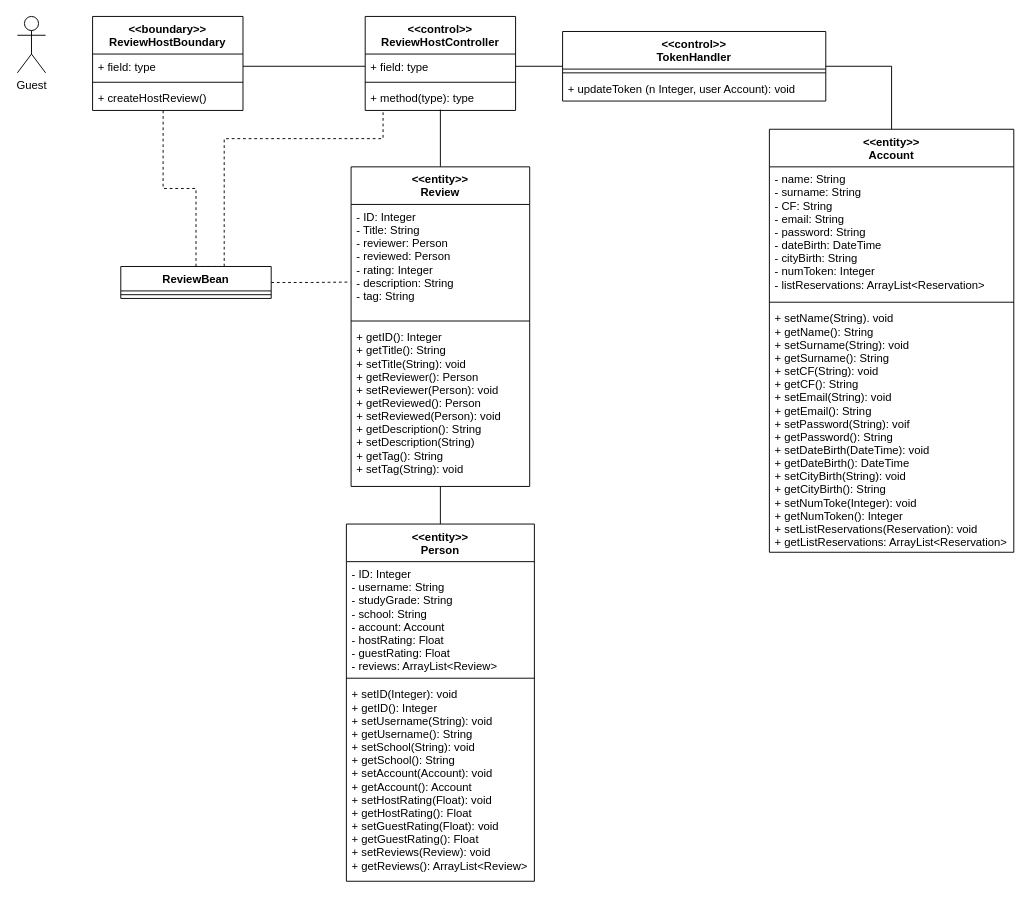
Above: Deliverables/VoPC/VoPC ReviewHost Lite.drawio in nic-agos/DoveStudi (draw.io), before the change. Source tidied: cells renumbered, new cells numbered last; positions are measured from the earlier drawing's top-left corner, leaving out a move shared by most shapes. Both pictures are drawn from the tidied source at 94%, with x=0, y=0 at pixel (17, 16).
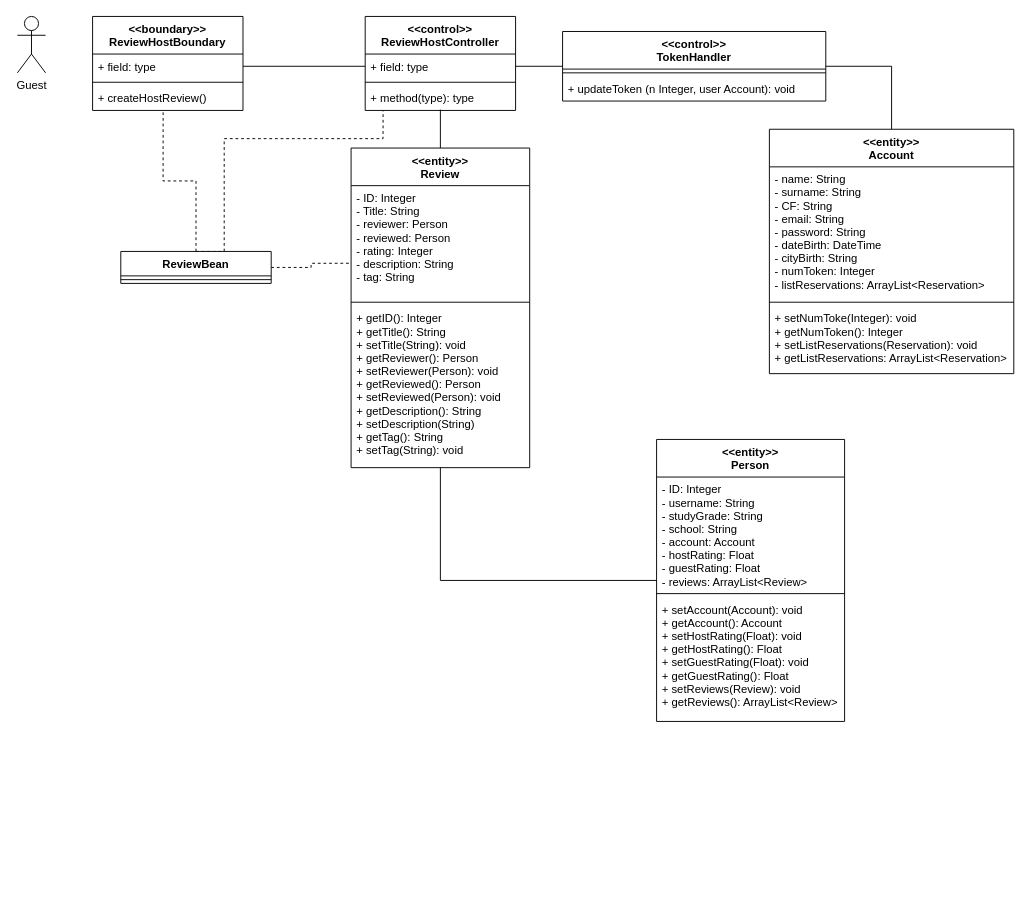
Above is the later version.

Change to the diagram source:
```diff
@@
     <mxCell id="5" value="ReviewBean" style="swimlane;fontStyle=1;align=center;verticalAlign=top;horizontal=1;startSize=26;" parent="1" vertex="1">
-      <mxGeometry x="110" y="266" width="160" height="34" as="geometry" />
+      <mxGeometry x="110" y="250" width="160" height="34" as="geometry" />
     </mxCell>
@@
     <mxCell id="18" value="&lt;&lt;entity&gt;&gt;&#10;Review" style="swimlane;fontStyle=1;align=center;verticalAlign=top;horizontal=1;startSize=40;" parent="1" vertex="1">
-      <mxGeometry x="355" y="160" width="190" height="340" as="geometry" />
+      <mxGeometry x="355" y="140" width="190" height="340" as="geometry" />
     </mxCell>
@@
     <mxCell id="26" value="&lt;&lt;entity&gt;&gt;&#10;Account" style="swimlane;fontStyle=1;align=center;verticalAlign=top;horizontal=1;startSize=40;" parent="1" vertex="1">
-      <mxGeometry x="800" y="120" width="260" height="450" as="geometry" />
+      <mxGeometry x="800" y="120" width="260" height="260" as="geometry" />
     </mxCell>
@@
-    <mxCell id="29" value="+ setName(String). void&#10;+ getName(): String&#10;+ setSurname(String): void&#10;+ getSurname(): String&#10;+ setCF(String): void&#10;+ getCF(): String&#10;+ setEmail(String): void&#10;+ getEmail(): String&#10;+ setPassword(String): voif&#10;+ getPassword(): String&#10;+ setDateBirth(DateTime): void&#10;+ getDateBirth(): DateTime&#10;+ setCityBirth(String): void&#10;+ getCityBirth(): String&#10;+ setNumToke(Integer): void&#10;+ getNumToken(): Integer&#10;+ setListReservations(Reservation): void&#10;+ getListReservations: ArrayList&lt;Reservation&gt;&#10;&#10;" style="text;strokeColor=none;fillColor=none;align=left;verticalAlign=top;spacingLeft=4;spacingRight=4;overflow=hidden;" parent="26" vertex="1">
-      <mxGeometry y="188" width="260" height="262" as="geometry" />
+    <mxCell id="29" value="+ setNumToke(Integer): void&#10;+ getNumToken(): Integer&#10;+ setListReservations(Reservation): void&#10;+ getListReservations: ArrayList&lt;Reservation&gt;&#10;&#10;" style="text;strokeColor=none;fillColor=none;align=left;verticalAlign=top;spacingLeft=4;spacingRight=4;overflow=hidden;" parent="26" vertex="1">
+      <mxGeometry y="188" width="260" height="72" as="geometry" />
     </mxCell>
@@
     <mxCell id="31" value="&lt;&lt;entity&gt;&gt;&#10;Person" style="swimlane;fontStyle=1;align=center;verticalAlign=top;horizontal=1;startSize=40;" parent="1" vertex="1">
-      <mxGeometry x="350" y="540" width="200" height="380" as="geometry" />
+      <mxGeometry x="680" y="450" width="200" height="300" as="geometry" />
     </mxCell>
@@
-    <mxCell id="34" value="+ setID(Integer): void&#10;+ getID(): Integer&#10;+ setUsername(String): void&#10;+ getUsername(): String&#10;+ setSchool(String): void&#10;+ getSchool(): String&#10;+ setAccount(Account): void&#10;+ getAccount(): Account&#10;+ setHostRating(Float): void&#10;+ getHostRating(): Float&#10;+ setGuestRating(Float): void&#10;+ getGuestRating(): Float&#10;+ setReviews(Review): void&#10;+ getReviews(): ArrayList&lt;Review&gt;" style="text;strokeColor=none;fillColor=none;align=left;verticalAlign=top;spacingLeft=4;spacingRight=4;overflow=hidden;" parent="31" vertex="1">
-      <mxGeometry y="168" width="200" height="212" as="geometry" />
+    <mxCell id="34" value="+ setAccount(Account): void&#10;+ getAccount(): Account&#10;+ setHostRating(Float): void&#10;+ getHostRating(): Float&#10;+ setGuestRating(Float): void&#10;+ getGuestRating(): Float&#10;+ setReviews(Review): void&#10;+ getReviews(): ArrayList&lt;Review&gt;" style="text;strokeColor=none;fillColor=none;align=left;verticalAlign=top;spacingLeft=4;spacingRight=4;overflow=hidden;" parent="31" vertex="1">
+      <mxGeometry y="168" width="200" height="132" as="geometry" />
     </mxCell>
```
